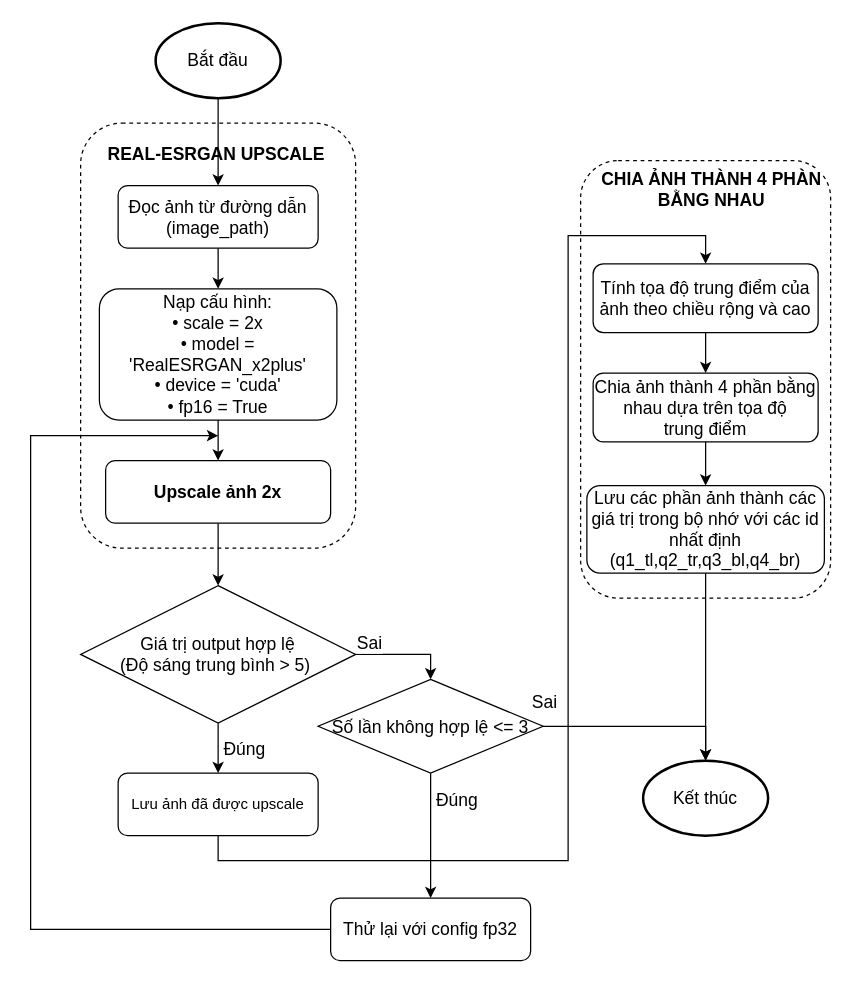
This is fig/drawio/upscale_image.drawio from Denzaro/DATN_Thesis, a draw.io file, before an edit. Source tidied: cells renumbered, new cells numbered last; positions are measured from the earlier drawing's top-left corner, leaving out a move shared by most shapes. Both pictures are drawn from the tidied source at 125%, with x=0, y=0 at pixel (30, 22).
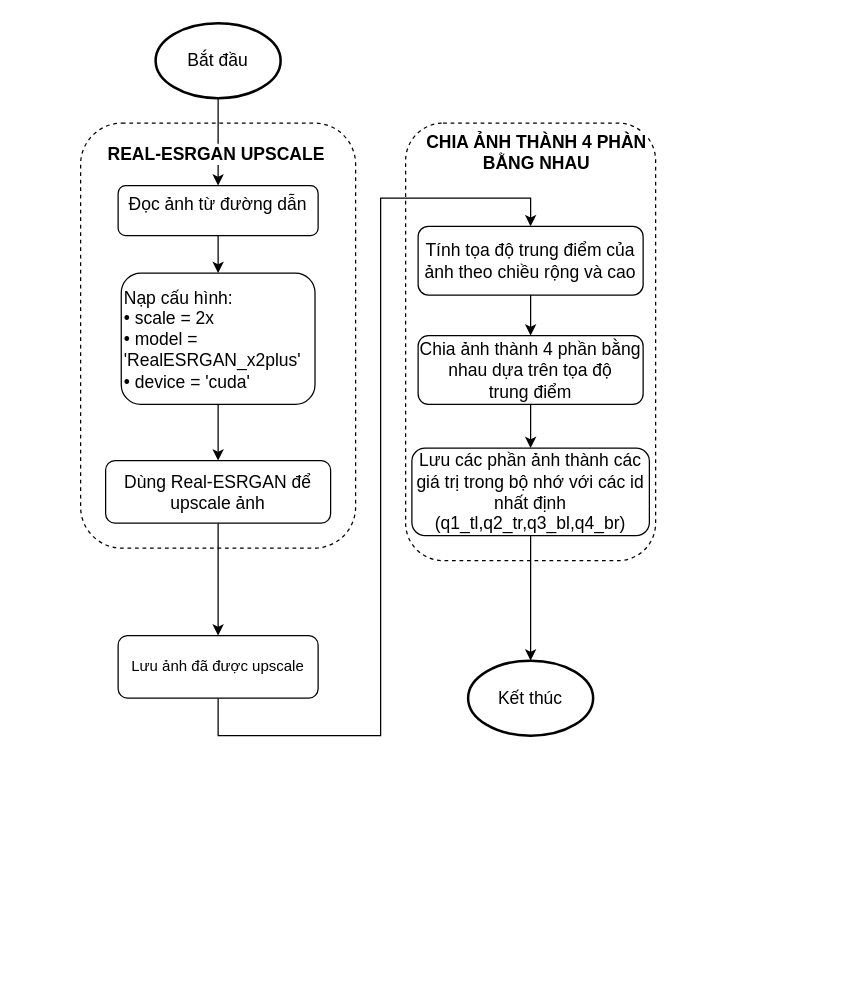
The same diagram, later.

Change to the diagram source:
```diff
@@
     <mxCell id="2" style="rounded=1;whiteSpace=wrap;html=1;glass=0;dashed=1;" parent="1" vertex="1">
-      <mxGeometry x="440" y="110" width="200" height="350" as="geometry" />
+      <mxGeometry x="300" y="80" width="200" height="350" as="geometry" />
     </mxCell>
@@
-    <mxCell id="5" value="Đọc ảnh từ đường dẫn&lt;br&gt;(image_path)" style="rounded=1;whiteSpace=wrap;html=1;fontSize=14;" parent="1" vertex="1">
-      <mxGeometry x="70" y="130" width="160" height="50" as="geometry" />
+    <mxCell id="5" value="Đọc ảnh từ đường dẫn&lt;div&gt;&lt;br/&gt;&lt;/div&gt;" style="rounded=1;whiteSpace=wrap;html=1;fontSize=14;verticalAlign=top;" parent="1" vertex="1">
+      <mxGeometry x="70" y="130" width="160" height="40" as="geometry" />
     </mxCell>
@@
-    <mxCell id="7" value="Nạp cấu hình:&lt;br&gt;• scale = 2x&lt;br&gt;• model = 'RealESRGAN_x2plus'&lt;br&gt;• device = 'cuda'&lt;br&gt;• fp16 = True" style="rounded=1;whiteSpace=wrap;html=1;fontSize=14;" parent="1" vertex="1">
-      <mxGeometry x="55" y="212.5" width="190" height="105" as="geometry" />
+    <mxCell id="7" value="Nạp cấu hình:&lt;br&gt;• scale = 2x&lt;div&gt;• model = 'RealESRGAN_x2plus'&lt;br&gt;• device = 'cuda'&lt;/div&gt;" style="rounded=1;whiteSpace=wrap;html=1;fontSize=14;align=left;" parent="1" vertex="1">
+      <mxGeometry x="72.5" y="200" width="155" height="105" as="geometry" />
     </mxCell>
-    <mxCell id="8" style="edgeStyle=orthogonalEdgeStyle;rounded=0;jettySize=auto;html=1;entryX=0.5;entryY=0;entryDx=0;entryDy=0;exitX=0.5;exitY=1;exitDx=0;exitDy=0;" parent="1" edge="1" source="9" target="14">
-      <mxGeometry relative="1" as="geometry" />
-    </mxCell>
+    <mxCell id="35" style="edgeStyle=orthogonalEdgeStyle;rounded=0;jettySize=auto;html=1;entryX=0.5;entryY=0;entryDx=0;entryDy=0;" parent="1" edge="1" source="9" target="17">
+      <mxGeometry relative="1" as="geometry" />
+    </mxCell>
-    <mxCell id="9" value="Upscale ảnh 2x" style="rounded=1;whiteSpace=wrap;html=1;fontSize=14;fontStyle=1;" parent="1" vertex="1">
+    <mxCell id="9" value="&lt;span style=&quot;font-weight: normal;&quot;&gt;Dùng Real-ESRGAN để&lt;br&gt;upscale ảnh&lt;/span&gt;" style="rounded=1;whiteSpace=wrap;html=1;fontSize=14;fontStyle=1;" parent="1" vertex="1">
       <mxGeometry x="60" y="350" width="180" height="50" as="geometry" />
     </mxCell>
-    <mxCell id="10" style="edgeStyle=orthogonalEdgeStyle;rounded=0;jettySize=auto;html=1;entryX=0.5;entryY=0;entryDx=0;entryDy=0;" parent="1" edge="1" source="14" target="17">
-      <mxGeometry relative="1" as="geometry" />
-    </mxCell>
-    <mxCell id="11" value="Đúng" style="edgeLabel;html=1;align=center;verticalAlign=middle;fontSize=14;" parent="10" vertex="1">
-      <mxGeometry x="-0.13" y="-1" relative="1" as="geometry">
-        <mxPoint x="21" y="3" as="offset" />
-      </mxGeometry>
-    </mxCell>
-    <mxCell id="12" style="edgeStyle=orthogonalEdgeStyle;rounded=0;jettySize=auto;html=1;entryX=0.5;entryY=0;entryDx=0;entryDy=0;" parent="1" edge="1" source="14" target="26">
-      <mxGeometry relative="1" as="geometry">
-        <Array as="points">
-          <mxPoint x="320" y="505" />
-        </Array>
-      </mxGeometry>
-    </mxCell>
-    <mxCell id="13" value="Sai" style="edgeLabel;html=1;align=center;verticalAlign=middle;fontSize=14;" parent="12" vertex="1">
-      <mxGeometry x="-0.23" y="3" relative="1" as="geometry">
-        <mxPoint x="-21" y="-7" as="offset" />
-      </mxGeometry>
-    </mxCell>
-    <mxCell id="14" value="Giá trị output hợp lệ&lt;br&gt;(Độ sáng trung bình &amp;gt; 5)&amp;nbsp;" style="rhombus;whiteSpace=wrap;html=1;fontSize=14;" parent="1" vertex="1">
-      <mxGeometry x="40" y="450" width="220" height="110" as="geometry" />
-    </mxCell>
-    <mxCell id="15" value="&lt;span style=&quot;font-family: Helvetica; font-size: 14px; font-style: normal; font-variant-ligatures: normal; font-variant-caps: normal; font-weight: 700; letter-spacing: normal; orphans: 2; text-align: center; text-indent: 0px; text-transform: none; widows: 2; word-spacing: 0px; -webkit-text-stroke-width: 0px; white-space: normal; text-decoration-thickness: initial; text-decoration-style: initial; text-decoration-color: initial; float: none; display: inline !important;&quot;&gt;REAL-ESRGAN UPSCALE&lt;/span&gt;" style="text;whiteSpace=wrap;html=1;fontColor=default;labelBackgroundColor=default;" parent="1" vertex="1">
-      <mxGeometry x="60" y="90" width="180" height="30" as="geometry" />
-    </mxCell>
     <mxCell id="16" style="edgeStyle=orthogonalEdgeStyle;rounded=0;jettySize=auto;html=1;entryX=0.5;entryY=0;entryDx=0;entryDy=0;" parent="1" edge="1" source="17" target="21">
       <mxGeometry relative="1" as="geometry">
         <Array as="points">
-          <mxPoint x="150" y="670" />
-          <mxPoint x="430" y="670" />
-          <mxPoint x="430" y="170" />
-          <mxPoint x="540" y="170" />
+          <mxPoint x="150" y="570" />
+          <mxPoint x="280" y="570" />
+          <mxPoint x="280" y="140" />
+          <mxPoint x="400" y="140" />
         </Array>
       </mxGeometry>
     </mxCell>
     <mxCell id="17" value="Lưu ảnh đã được upscale" style="rounded=1;whiteSpace=wrap;html=1;fontSize=12;" parent="1" vertex="1">
-      <mxGeometry x="70" y="600" width="160" height="50" as="geometry" />
+      <mxGeometry x="70" y="490" width="160" height="50" as="geometry" />
     </mxCell>
-    <mxCell id="18" style="edgeStyle=orthogonalEdgeStyle;rounded=0;jettySize=auto;html=1;" parent="1" edge="1" source="19">
-      <mxGeometry relative="1" as="geometry">
-        <mxPoint x="150" y="330" as="targetPoint" />
-        <Array as="points">
-          <mxPoint y="725" />
-          <mxPoint y="330" />
-        </Array>
-      </mxGeometry>
-    </mxCell>
-    <mxCell id="19" value="Thử lại với config fp32" style="rounded=1;whiteSpace=wrap;html=1;fontSize=14;" parent="1" vertex="1">
-      <mxGeometry x="240" y="700" width="160" height="50" as="geometry" />
-    </mxCell>
@@
     <mxCell id="21" value="Tính tọa độ trung điểm của ảnh theo chiều rộng và cao" style="rounded=1;whiteSpace=wrap;html=1;fontSize=14;" parent="1" vertex="1">
-      <mxGeometry x="450" y="192.5" width="180" height="55" as="geometry" />
+      <mxGeometry x="310" y="162.5" width="180" height="55" as="geometry" />
     </mxCell>
@@
     <mxCell id="23" value="Chia ảnh thành 4 phần bằng nhau dựa trên tọa độ &lt;br&gt;trung điểm" style="rounded=1;whiteSpace=wrap;html=1;fontSize=14;" parent="1" vertex="1">
-      <mxGeometry x="450" y="280" width="180" height="55" as="geometry" />
+      <mxGeometry x="310" y="250" width="180" height="55" as="geometry" />
     </mxCell>
-    <mxCell id="24" style="edgeStyle=orthogonalEdgeStyle;rounded=0;jettySize=auto;html=1;entryX=0.5;entryY=0;entryDx=0;entryDy=0;" parent="1" edge="1" source="26" target="19">
-      <mxGeometry relative="1" as="geometry" />
-    </mxCell>
-    <mxCell id="25" value="Đúng" style="edgeLabel;html=1;align=center;verticalAlign=middle;fontSize=14;" parent="24" vertex="1">
-      <mxGeometry x="-0.24" y="-1" relative="1" as="geometry">
-        <mxPoint x="21" y="-17" as="offset" />
-      </mxGeometry>
-    </mxCell>
-    <mxCell id="26" value="Số lần không hợp lệ &amp;lt;= 3" style="rhombus;whiteSpace=wrap;html=1;fontSize=14;" parent="1" vertex="1">
-      <mxGeometry x="230" y="525" width="180" height="75" as="geometry" />
-    </mxCell>
     <mxCell id="27" value="&lt;span style=&quot;font-family: Helvetica; font-size: 14px; font-style: normal; font-variant-ligatures: normal; font-variant-caps: normal; font-weight: 700; letter-spacing: normal; orphans: 2; text-indent: 0px; text-transform: none; widows: 2; word-spacing: 0px; -webkit-text-stroke-width: 0px; white-space: normal; text-decoration-thickness: initial; text-decoration-style: initial; text-decoration-color: initial; float: none; display: inline !important;&quot;&gt;CHIA ẢNH THÀNH 4 PHÀN BẰNG NHAU&lt;/span&gt;" style="text;whiteSpace=wrap;html=1;fontColor=default;labelBackgroundColor=default;align=center;" parent="1" vertex="1">
-      <mxGeometry x="455" y="110" width="180" height="40" as="geometry" />
+      <mxGeometry x="315" y="80" width="180" height="40" as="geometry" />
     </mxCell>
@@
     <mxCell id="30" value="Kết thúc" style="strokeWidth=2;html=1;shape=mxgraph.flowchart.start_1;whiteSpace=wrap;fontSize=14;" parent="1" vertex="1">
-      <mxGeometry x="490" y="590" width="100" height="60" as="geometry" />
+      <mxGeometry x="350" y="510" width="100" height="60" as="geometry" />
     </mxCell>
-    <mxCell id="31" style="edgeStyle=orthogonalEdgeStyle;rounded=0;jettySize=auto;html=1;entryX=0.5;entryY=0;entryDx=0;entryDy=0;entryPerimeter=0;" parent="1" edge="1" source="26" target="30">
-      <mxGeometry relative="1" as="geometry" />
-    </mxCell>
-    <mxCell id="32" value="Sai" style="edgeLabel;html=1;align=center;verticalAlign=middle;fontSize=14;" parent="31" vertex="1">
-      <mxGeometry x="-0.29" relative="1" as="geometry">
-        <mxPoint x="-56" y="-20" as="offset" />
-      </mxGeometry>
-    </mxCell>
     <mxCell id="33" value="Lưu các phần ảnh thành các giá trị trong bộ nhớ với các id nhất định&lt;br&gt;(q1_tl,q2_tr,q3_bl,q4_br)" style="rounded=1;whiteSpace=wrap;html=1;fontSize=14;" parent="1" vertex="1">
-      <mxGeometry x="445" y="370" width="190" height="70" as="geometry" />
+      <mxGeometry x="305" y="340" width="190" height="70" as="geometry" />
     </mxCell>
@@
+    <mxCell id="15" value="&lt;span style=&quot;font-family: Helvetica; font-size: 14px; font-style: normal; font-variant-ligatures: normal; font-variant-caps: normal; font-weight: 700; letter-spacing: normal; orphans: 2; text-align: center; text-indent: 0px; text-transform: none; widows: 2; word-spacing: 0px; -webkit-text-stroke-width: 0px; white-space: normal; text-decoration-thickness: initial; text-decoration-style: initial; text-decoration-color: initial; float: none; display: inline !important;&quot;&gt;REAL-ESRGAN UPSCALE&lt;/span&gt;" style="text;whiteSpace=wrap;html=1;fontColor=default;labelBackgroundColor=default;" parent="1" vertex="1">
+      <mxGeometry x="60" y="90" width="180" height="30" as="geometry" />
+    </mxCell>
```
